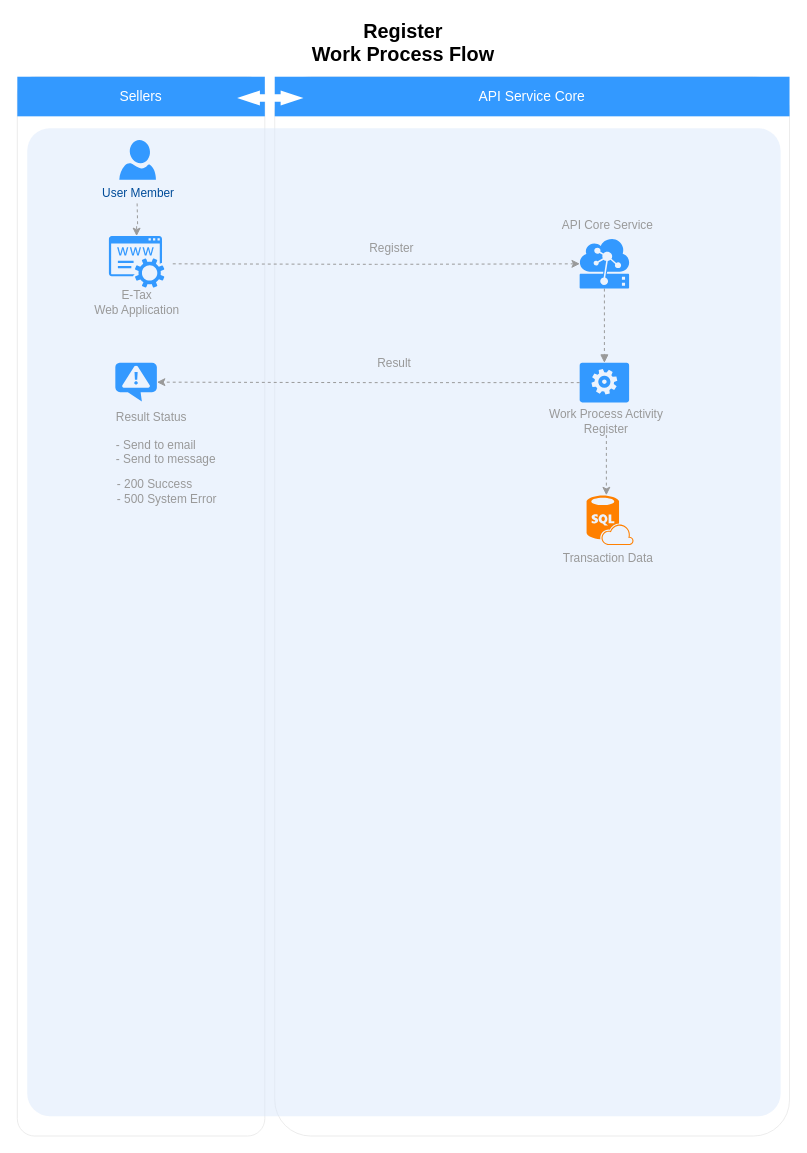
Earlier version of the draw.io diagram Register Work Process Flow.drawio (nirawat/eTax). Source tidied: cells renumbered, new cells numbered last; positions are measured from the earlier drawing's top-left corner, leaving out a move shared by most shapes. Both pictures are drawn from the tidied source at 99%, with x=0, y=0 at pixel (17, 17).
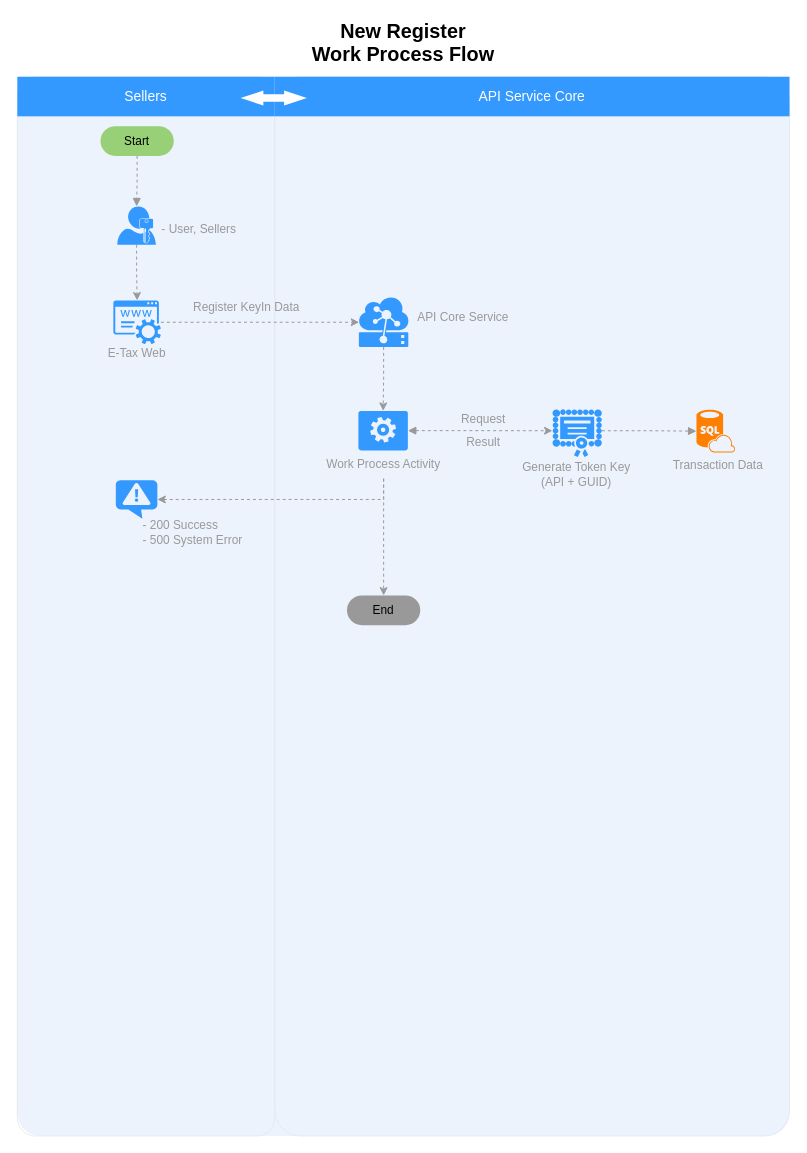
Above is the later version.

Diff of the diagram source:
```diff
@@
-    <mxCell id="2" style="rounded=1;whiteSpace=wrap;html=1;strokeColor=#E6E6E6;strokeWidth=1;fillColor=#FFFFFF;fontFamily=Helvetica;fontSize=14;fontColor=#FFB366;opacity=75;verticalAlign=top;fontStyle=1;arcSize=7;" parent="1" vertex="1">
-      <mxGeometry x="260" y="60" width="520" height="1070" as="geometry" />
-    </mxCell>
-    <mxCell id="3" style="rounded=1;whiteSpace=wrap;html=1;strokeColor=#E6E6E6;strokeWidth=1;fillColor=#FFFFFF;fontFamily=Helvetica;fontSize=14;fontColor=#FFB366;opacity=75;verticalAlign=top;fontStyle=1;arcSize=7;" parent="1" vertex="1">
-      <mxGeometry y="60" width="250" height="1070" as="geometry" />
-    </mxCell>
-    <mxCell id="4" style="rounded=1;whiteSpace=wrap;html=1;strokeColor=none;strokeWidth=1;fillColor=#dae8fc;fontSize=12;align=center;arcSize=3;opacity=50;" parent="1" vertex="1">
-      <mxGeometry x="10" y="112" width="761" height="998" as="geometry" />
-    </mxCell>
+    <mxCell id="31" style="rounded=1;whiteSpace=wrap;html=1;strokeColor=#E6E6E6;strokeWidth=1;fillColor=#FFFFFF;fontFamily=Helvetica;fontSize=14;fontColor=#FFB366;opacity=75;verticalAlign=top;fontStyle=1;arcSize=5;" parent="1" vertex="1">
+      <mxGeometry x="260" y="60" width="520" height="1070" as="geometry" />
+    </mxCell>
+    <mxCell id="32" style="rounded=1;whiteSpace=wrap;html=1;strokeColor=#E6E6E6;strokeWidth=1;fillColor=#FFFFFF;fontFamily=Helvetica;fontSize=14;fontColor=#FFB366;opacity=75;verticalAlign=top;fontStyle=1;arcSize=7;" parent="1" vertex="1">
+      <mxGeometry y="60" width="260" height="1070" as="geometry" />
+    </mxCell>
+    <mxCell id="33" style="rounded=1;whiteSpace=wrap;html=1;strokeColor=none;strokeWidth=1;fillColor=#dae8fc;fontSize=12;align=center;arcSize=3;opacity=50;" parent="1" vertex="1">
+      <mxGeometry y="60" width="780" height="1070" as="geometry" />
+    </mxCell>
     <mxCell id="5" value="Sellers" style="whiteSpace=wrap;html=1;dashed=1;strokeColor=none;strokeWidth=2;fillColor=#3399FF;fontFamily=Helvetica;fontSize=14;fontColor=#FFFFFF;fontStyle=0;" parent="1" vertex="1">
-      <mxGeometry y="60" width="250" height="40" as="geometry" />
+      <mxGeometry y="60" width="260" height="40" as="geometry" />
     </mxCell>
@@
-    <mxCell id="7" value="User Member" style="verticalLabelPosition=bottom;html=1;verticalAlign=top;strokeColor=none;fillColor=#3399FF;shape=mxgraph.azure.user;dashed=1;fontSize=12;fontColor=#004C99;" parent="1" vertex="1">
-      <mxGeometry x="103" y="124" width="37" height="40" as="geometry" />
-    </mxCell>
-    <mxCell id="8" value="Register&lt;br&gt;Work Process Flow" style="text;html=1;strokeColor=none;fillColor=none;align=center;verticalAlign=middle;whiteSpace=wrap;rounded=0;fontStyle=1;fontSize=20;" parent="1" vertex="1">
-      <mxGeometry x="260" width="260" height="50" as="geometry" />
-    </mxCell>
-    <mxCell id="9" style="shape=mxgraph.arrows.two_way_arrow_horizontal;html=1;verticalLabelPosition=bottom;verticalAlign=top;strokeWidth=2;strokeColor=none;dashed=1;fillColor=#FFFFFF;fontFamily=Verdana;fontSize=12;fontColor=#00BEF2;" parent="1" vertex="1">
-      <mxGeometry x="222" y="74" width="67" height="15" as="geometry" />
-    </mxCell>
-    <mxCell id="10" style="edgeStyle=orthogonalEdgeStyle;rounded=0;jettySize=auto;html=1;fontSize=14;strokeColor=#999999;dashed=1;entryX=0.005;entryY=0.5;entryDx=0;entryDy=0;entryPerimeter=0;" parent="1" edge="1" target="17">
-      <mxGeometry relative="1" as="geometry">
-        <mxPoint x="157" y="249" as="sourcePoint" />
-      </mxGeometry>
-    </mxCell>
-    <mxCell id="11" value="Register" style="text;html=1;strokeColor=none;fillColor=none;align=left;verticalAlign=middle;whiteSpace=wrap;rounded=0;fontSize=12;fontColor=#999999;" parent="1" vertex="1">
-      <mxGeometry x="354" y="224" width="59" height="20" as="geometry" />
-    </mxCell>
-    <mxCell id="12" style="group;" parent="1" vertex="1">
-      <mxGeometry x="65.5" y="268" width="110" height="82" as="geometry" />
-    </mxCell>
-    <mxCell id="13" style="shadow=0;dashed=0;html=1;strokeColor=none;fillColor=#3399FF;labelPosition=center;verticalLabelPosition=bottom;verticalAlign=top;outlineConnect=0;align=center;shape=mxgraph.office.services.registrar_service;" parent="12" vertex="1">
-      <mxGeometry x="27" y="-47" width="56" height="52" as="geometry" />
-    </mxCell>
-    <mxCell id="14" value="E-Tax &lt;br&gt;Web Application" style="text;html=1;strokeColor=none;fillColor=none;align=center;verticalAlign=middle;whiteSpace=wrap;rounded=0;fontSize=12;fontColor=#999999;" parent="12" vertex="1">
-      <mxGeometry y="5" width="110" height="30" as="geometry" />
-    </mxCell>
-    <mxCell id="15" style="edgeStyle=orthogonalEdgeStyle;rounded=0;jettySize=auto;html=1;exitX=0.5;exitY=1;exitDx=0;exitDy=0;dashed=1;strokeColor=#999999;" parent="1" edge="1" target="13">
-      <mxGeometry relative="1" as="geometry">
-        <mxPoint x="121" y="188" as="sourcePoint" />
-      </mxGeometry>
-    </mxCell>
-    <mxCell id="16" style="edgeStyle=orthogonalEdgeStyle;rounded=1;jettySize=auto;html=1;exitX=0.5;exitY=1;exitDx=0;exitDy=0;exitPerimeter=0;entryX=0.5;entryY=0;entryDx=0;entryDy=0;entryPerimeter=0;dashed=1;startArrow=none;startFill=0;endArrow=block;endFill=1;strokeColor=#999999;fontSize=12;fontColor=#999999;" parent="1" edge="1" source="17" target="24">
-      <mxGeometry relative="1" as="geometry" />
-    </mxCell>
-    <mxCell id="17" style="shadow=0;dashed=0;html=1;strokeColor=none;labelPosition=center;verticalLabelPosition=bottom;verticalAlign=top;align=center;shape=mxgraph.mscae.cloud.iot_edge;fillColor=#3399FF;fontSize=12;fontColor=#999999;" parent="1" vertex="1">
-      <mxGeometry x="568" y="224" width="50" height="50" as="geometry" />
-    </mxCell>
+    <mxCell id="34" value="New Register&lt;br&gt;Work Process Flow" style="text;html=1;strokeColor=none;fillColor=none;align=center;verticalAlign=middle;whiteSpace=wrap;rounded=0;fontStyle=1;fontSize=20;" parent="1" vertex="1">
+      <mxGeometry x="260" width="260" height="50" as="geometry" />
+    </mxCell>
+    <mxCell id="35" style="shape=mxgraph.arrows.two_way_arrow_horizontal;html=1;verticalLabelPosition=bottom;verticalAlign=top;strokeWidth=2;strokeColor=none;dashed=1;fillColor=#FFFFFF;fontFamily=Verdana;fontSize=12;fontColor=#00BEF2;" parent="1" vertex="1">
+      <mxGeometry x="225.5" y="74" width="67" height="15" as="geometry" />
+    </mxCell>
+    <mxCell id="36" style="edgeStyle=orthogonalEdgeStyle;rounded=0;jettySize=auto;html=1;fontSize=14;strokeColor=#999999;dashed=1;entryX=0.005;entryY=0.5;entryDx=0;entryDy=0;entryPerimeter=0;" parent="1" edge="1" source="45" target="40">
+      <mxGeometry relative="1" as="geometry" />
+    </mxCell>
+    <mxCell id="37" value="Register KeyIn Data" style="text;html=1;strokeColor=none;fillColor=none;align=left;verticalAlign=middle;whiteSpace=wrap;rounded=0;fontSize=12;fontColor=#999999;" parent="1" vertex="1">
+      <mxGeometry x="176" y="283" width="124" height="20" as="geometry" />
+    </mxCell>
+    <mxCell id="38" style="edgeStyle=orthogonalEdgeStyle;rounded=0;jettySize=auto;html=1;exitX=0.5;exitY=1;exitDx=0;exitDy=0;dashed=1;strokeColor=#999999;exitPerimeter=0;" parent="1" edge="1" source="43" target="45">
+      <mxGeometry relative="1" as="geometry" />
+    </mxCell>
+    <mxCell id="39" style="edgeStyle=orthogonalEdgeStyle;rounded=0;jettySize=auto;html=1;exitX=0.5;exitY=1;exitDx=0;exitDy=0;exitPerimeter=0;entryX=0.5;entryY=0;entryDx=0;entryDy=0;dashed=1;strokeColor=#999999;entryPerimeter=0;" parent="1" edge="1" source="40" target="24">
+      <mxGeometry relative="1" as="geometry" />
+    </mxCell>
+    <mxCell id="40" style="shadow=0;dashed=0;html=1;strokeColor=none;labelPosition=center;verticalLabelPosition=bottom;verticalAlign=top;align=center;shape=mxgraph.mscae.cloud.iot_edge;fillColor=#3399FF;fontSize=12;fontColor=#999999;" parent="1" vertex="1">
+      <mxGeometry x="345" y="283" width="50" height="50" as="geometry" />
+    </mxCell>
     <mxCell id="18" value="API Core Service" style="text;html=1;strokeColor=none;fillColor=none;align=center;verticalAlign=middle;whiteSpace=wrap;rounded=0;fontSize=12;fontColor=#999999;" parent="1" vertex="1">
-      <mxGeometry x="546" y="195" width="101" height="29" as="geometry" />
+      <mxGeometry x="400" y="288.5" width="101" height="29" as="geometry" />
     </mxCell>
-    <mxCell id="19" style="verticalLabelPosition=bottom;html=1;verticalAlign=top;align=center;strokeColor=none;fillColor=#3399FF;shape=mxgraph.azure.notification_topic;fontSize=12;fontColor=#999999;" parent="1" vertex="1">
-      <mxGeometry x="99" y="349" width="42" height="39" as="geometry" />
-    </mxCell>
-    <mxCell id="20" value="Result Status&lt;br&gt;&lt;br&gt;- Send to email&lt;br&gt;- Send to message&lt;br&gt;" style="text;html=1;strokeColor=none;fillColor=none;align=left;verticalAlign=middle;whiteSpace=wrap;rounded=0;fontSize=12;fontColor=#999999;" parent="1" vertex="1">
-      <mxGeometry x="98" y="388" width="152" height="74" as="geometry" />
-    </mxCell>
+    <mxCell id="41" style="group;" parent="1" vertex="1">
+      <mxGeometry x="101" y="191" width="162.5" height="50" as="geometry" />
+    </mxCell>
+    <mxCell id="42" value="&lt;font color=&quot;#999999&quot; style=&quot;font-size: 12px&quot;&gt;- User, Sellers&lt;br&gt;&lt;br&gt;&lt;/font&gt;" style="text;html=1;strokeColor=none;fillColor=none;align=left;verticalAlign=middle;whiteSpace=wrap;rounded=0;fontSize=12;" parent="41" vertex="1">
+      <mxGeometry x="42.5" y="10" width="120" height="40" as="geometry" />
+    </mxCell>
+    <mxCell id="43" style="shadow=0;dashed=0;html=1;strokeColor=none;labelPosition=center;verticalLabelPosition=bottom;verticalAlign=top;align=center;shape=mxgraph.mscae.enterprise.user_permissions;fillColor=#3399FF;fontSize=14;" parent="41" vertex="1">
+      <mxGeometry width="39" height="38.7" as="geometry" />
+    </mxCell>
+    <mxCell id="44" style="group;" parent="1" vertex="1">
+      <mxGeometry x="65.5" y="286" width="110" height="74" as="geometry" />
+    </mxCell>
+    <mxCell id="45" style="shadow=0;dashed=0;html=1;strokeColor=none;fillColor=#3399FF;labelPosition=center;verticalLabelPosition=bottom;verticalAlign=top;outlineConnect=0;align=center;shape=mxgraph.office.services.registrar_service;" parent="44" vertex="1">
+      <mxGeometry x="31.5" width="48" height="44" as="geometry" />
+    </mxCell>
+    <mxCell id="46" value="E-Tax Web" style="text;html=1;strokeColor=none;fillColor=none;align=center;verticalAlign=middle;whiteSpace=wrap;rounded=0;fontSize=12;fontColor=#999999;" parent="44" vertex="1">
+      <mxGeometry y="39" width="110" height="30" as="geometry" />
+    </mxCell>
+    <mxCell id="47" style="edgeStyle=orthogonalEdgeStyle;rounded=0;jettySize=auto;html=1;exitX=0.5;exitY=1;exitDx=0;exitDy=0;entryX=0.5;entryY=0;entryDx=0;entryDy=0;entryPerimeter=0;dashed=1;startArrow=none;startFill=0;endArrow=block;endFill=1;strokeColor=#999999;fontColor=#000000;" parent="1" edge="1" source="48" target="43">
+      <mxGeometry relative="1" as="geometry" />
+    </mxCell>
+    <mxCell id="48" value="Start" style="rounded=1;whiteSpace=wrap;html=1;fontColor=#000000;align=center;arcSize=50;labelBackgroundColor=none;fillColor=#97D077;strokeColor=none;" parent="1" vertex="1">
+      <mxGeometry x="84" y="110" width="74" height="30" as="geometry" />
+    </mxCell>
+    <mxCell id="49" style="group;" parent="1" vertex="1">
+      <mxGeometry x="291.5" y="397.5" width="160" height="72" as="geometry" />
+    </mxCell>
+    <mxCell id="24" style="verticalLabelPosition=bottom;html=1;verticalAlign=top;align=center;strokeColor=none;fillColor=#3399FF;shape=mxgraph.azure.worker_role;fontSize=12;fontColor=#999999;" parent="49" vertex="1">
+      <mxGeometry x="53" width="50" height="40" as="geometry" />
+    </mxCell>
+    <mxCell id="50" style="group;" parent="1" vertex="1">
+      <mxGeometry x="510" y="470" width="108" height="79" as="geometry" />
+    </mxCell>
+    <mxCell id="51" style="edgeStyle=orthogonalEdgeStyle;rounded=0;jettySize=auto;html=1;exitX=0.5;exitY=1;exitDx=0;exitDy=0;entryX=1;entryY=0.5;entryDx=0;entryDy=0;entryPerimeter=0;dashed=1;strokeColor=#999999;fontColor=#00CC00;" parent="1" edge="1" source="53" target="60">
+      <mxGeometry relative="1" as="geometry" />
+    </mxCell>
+    <mxCell id="52" style="edgeStyle=orthogonalEdgeStyle;rounded=0;jettySize=auto;html=1;exitX=0.5;exitY=1;exitDx=0;exitDy=0;entryX=0.5;entryY=0;entryDx=0;entryDy=0;dashed=1;strokeColor=#999999;fontColor=#00CC00;" parent="1" edge="1" source="53" target="61">
+      <mxGeometry relative="1" as="geometry" />
+    </mxCell>
+    <mxCell id="53" value="Work Process Activity&lt;br&gt;" style="text;html=1;strokeColor=none;fillColor=none;align=center;verticalAlign=middle;whiteSpace=wrap;rounded=0;fontSize=12;fontColor=#999999;" parent="1" vertex="1">
+      <mxGeometry x="290" y="437" width="160" height="29" as="geometry" />
+    </mxCell>
+    <mxCell id="28" value="Transaction Data" style="text;html=1;strokeColor=none;fillColor=none;align=center;verticalAlign=middle;whiteSpace=wrap;rounded=0;fontSize=12;fontColor=#999999;" parent="1" vertex="1">
+      <mxGeometry x="654" y="438.5" width="108" height="29" as="geometry" />
+    </mxCell>
+    <mxCell id="54" style="verticalLabelPosition=bottom;html=1;verticalAlign=top;align=center;strokeColor=none;fillColor=#FF8000;shape=mxgraph.azure.sql_database_sql_azure;fontSize=12;fontColor=#999999;" parent="1" vertex="1">
+      <mxGeometry x="686" y="396.5" width="39" height="43" as="geometry" />
+    </mxCell>
+    <mxCell id="55" value="Generate Token Key&lt;br&gt;(API + GUID)&lt;br&gt;" style="text;html=1;strokeColor=none;fillColor=none;align=center;verticalAlign=middle;whiteSpace=wrap;rounded=0;fontSize=12;fontColor=#999999;" parent="1" vertex="1">
+      <mxGeometry x="508" y="444" width="114" height="36" as="geometry" />
+    </mxCell>
+    <mxCell id="56" style="shadow=0;dashed=0;html=1;strokeColor=none;labelPosition=center;verticalLabelPosition=bottom;verticalAlign=top;align=center;shape=mxgraph.mscae.intune.inventory_license;fillColor=#3399FF;fontSize=14;" parent="1" vertex="1">
+      <mxGeometry x="540.5" y="396" width="50" height="48" as="geometry" />
+    </mxCell>
+    <mxCell id="57" style="edgeStyle=orthogonalEdgeStyle;rounded=0;jettySize=auto;html=1;exitX=1;exitY=0.5;exitDx=0;exitDy=0;exitPerimeter=0;entryX=0;entryY=0.45;entryDx=0;entryDy=0;entryPerimeter=0;dashed=1;strokeColor=#999999;startArrow=block;startFill=1;" parent="1" edge="1" source="24" target="56">
+      <mxGeometry relative="1" as="geometry" />
+    </mxCell>
+    <mxCell id="58" value="Request" style="text;html=1;strokeColor=none;fillColor=none;align=center;verticalAlign=middle;whiteSpace=wrap;rounded=0;fontSize=12;fontColor=#999999;" parent="1" vertex="1">
+      <mxGeometry x="441" y="396" width="60" height="20" as="geometry" />
+    </mxCell>
-    <mxCell id="21" value="Result&amp;nbsp;" style="text;html=1;strokeColor=none;fillColor=none;align=left;verticalAlign=middle;whiteSpace=wrap;rounded=0;fontSize=12;fontColor=#999999;" parent="1" vertex="1">
-      <mxGeometry x="361.5" y="340" width="59" height="20" as="geometry" />
+    <mxCell id="21" value="Result" style="text;html=1;strokeColor=none;fillColor=none;align=center;verticalAlign=middle;whiteSpace=wrap;rounded=0;fontSize=12;fontColor=#999999;" parent="1" vertex="1">
+      <mxGeometry x="441" y="420" width="60" height="20" as="geometry" />
     </mxCell>
+    <mxCell id="59" style="edgeStyle=orthogonalEdgeStyle;rounded=0;jettySize=auto;html=1;exitX=1;exitY=0.45;exitDx=0;exitDy=0;exitPerimeter=0;entryX=0;entryY=0.5;entryDx=0;entryDy=0;entryPerimeter=0;dashed=1;startArrow=none;startFill=0;endArrow=block;endFill=1;strokeColor=#999999;" parent="1" edge="1" source="56" target="54">
+      <mxGeometry relative="1" as="geometry" />
+    </mxCell>
+    <mxCell id="60" style="verticalLabelPosition=bottom;html=1;verticalAlign=top;align=center;strokeColor=none;fillColor=#3399FF;shape=mxgraph.azure.notification_topic;fontSize=12;fontColor=#999999;" parent="1" vertex="1">
+      <mxGeometry x="99.5" y="467.5" width="42" height="39" as="geometry" />
+    </mxCell>
     <mxCell id="22" value="- 200 Success&lt;br&gt;- 500 System Error&lt;br&gt;" style="text;html=1;strokeColor=none;fillColor=none;align=left;verticalAlign=middle;whiteSpace=wrap;rounded=0;fontSize=12;fontColor=#999999;" parent="1" vertex="1">
-      <mxGeometry x="99" y="462" width="152" height="34" as="geometry" />
+      <mxGeometry x="125" y="502.5" width="143" height="35" as="geometry" />
     </mxCell>
-    <mxCell id="23" style="group;" parent="1" vertex="1">
-      <mxGeometry x="515" y="349" width="160" height="73" as="geometry" />
-    </mxCell>
-    <mxCell id="24" style="verticalLabelPosition=bottom;html=1;verticalAlign=top;align=center;strokeColor=none;fillColor=#3399FF;shape=mxgraph.azure.worker_role;fontSize=12;fontColor=#999999;" parent="23" vertex="1">
-      <mxGeometry x="53" width="50" height="40" as="geometry" />
-    </mxCell>
-    <mxCell id="25" value="Work Process Activity&lt;br&gt;Register" style="text;html=1;strokeColor=none;fillColor=none;align=center;verticalAlign=middle;whiteSpace=wrap;rounded=0;fontSize=12;fontColor=#999999;" parent="23" vertex="1">
-      <mxGeometry y="44" width="160" height="29" as="geometry" />
-    </mxCell>
-    <mxCell id="26" style="edgeStyle=elbowEdgeStyle;rounded=0;jettySize=auto;html=1;exitX=0;exitY=0.5;exitDx=0;exitDy=0;exitPerimeter=0;entryX=1;entryY=0.5;entryDx=0;entryDy=0;entryPerimeter=0;dashed=1;strokeColor=#999999;" parent="1" edge="1" source="24" target="19">
-      <mxGeometry relative="1" as="geometry" />
-    </mxCell>
-    <mxCell id="27" style="group;" parent="1" vertex="1">
-      <mxGeometry x="544" y="480" width="108" height="79" as="geometry" />
-    </mxCell>
-    <mxCell id="28" value="Transaction Data" style="text;html=1;strokeColor=none;fillColor=none;align=center;verticalAlign=middle;whiteSpace=wrap;rounded=0;fontSize=12;fontColor=#999999;" parent="27" vertex="1">
-      <mxGeometry x="-1" y="52" width="108" height="29" as="geometry" />
-    </mxCell>
-    <mxCell id="29" style="verticalLabelPosition=bottom;html=1;verticalAlign=top;align=center;strokeColor=none;fillColor=#FF8000;shape=mxgraph.azure.sql_database_sql_azure;fontSize=12;fontColor=#999999;" parent="27" vertex="1">
-      <mxGeometry x="31" y="3" width="47.5" height="50" as="geometry" />
-    </mxCell>
-    <mxCell id="30" style="edgeStyle=elbowEdgeStyle;rounded=0;jettySize=auto;html=1;exitX=0.5;exitY=1;exitDx=0;exitDy=0;entryX=0.413;entryY=-0.005;entryDx=0;entryDy=0;entryPerimeter=0;dashed=1;strokeColor=#999999;" parent="1" edge="1" source="25" target="29">
-      <mxGeometry relative="1" as="geometry" />
-    </mxCell>
+    <mxCell id="61" value="End" style="rounded=1;whiteSpace=wrap;html=1;fontColor=#000000;align=center;arcSize=50;labelBackgroundColor=none;fillColor=#999999;strokeColor=none;" parent="1" vertex="1">
+      <mxGeometry x="333" y="584" width="74" height="30" as="geometry" />
+    </mxCell>
```
